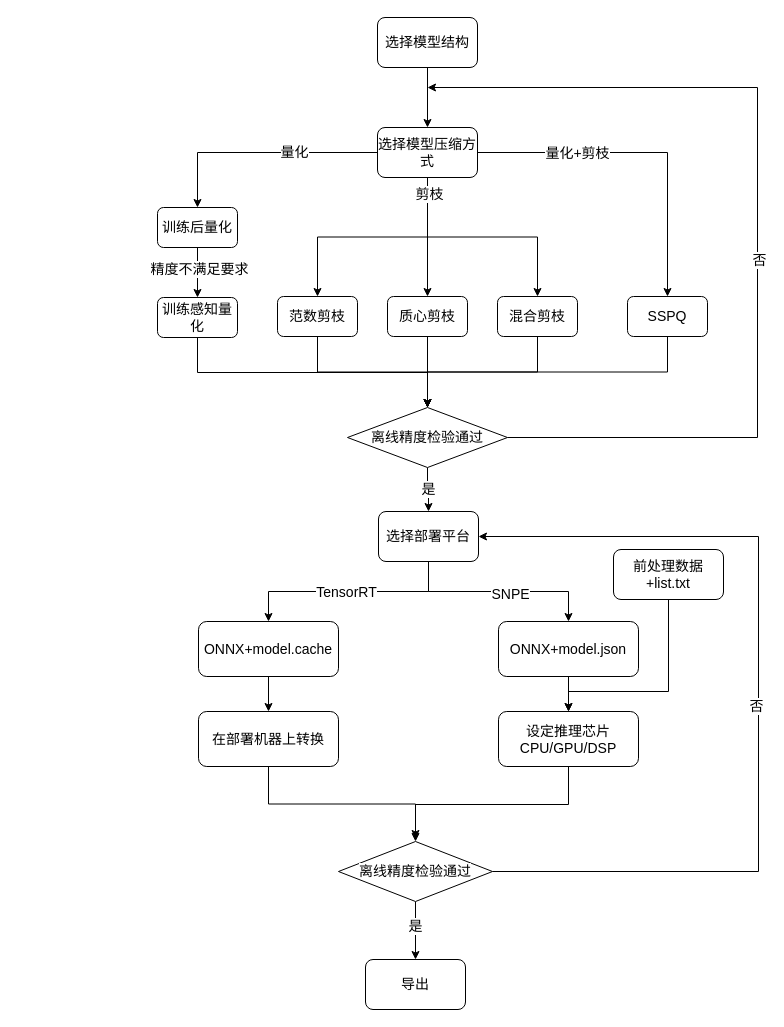
The draw.io diagram 工作流.drawio in JIANGBOFENG/MY_GIT_Repo, before the edit. Source tidied: cells renumbered, new cells numbered last; positions are measured from the earlier drawing's top-left corner, leaving out a move shared by most shapes. Both pictures are drawn from the tidied source at 100%, with x=0, y=0 at pixel (157, 17).
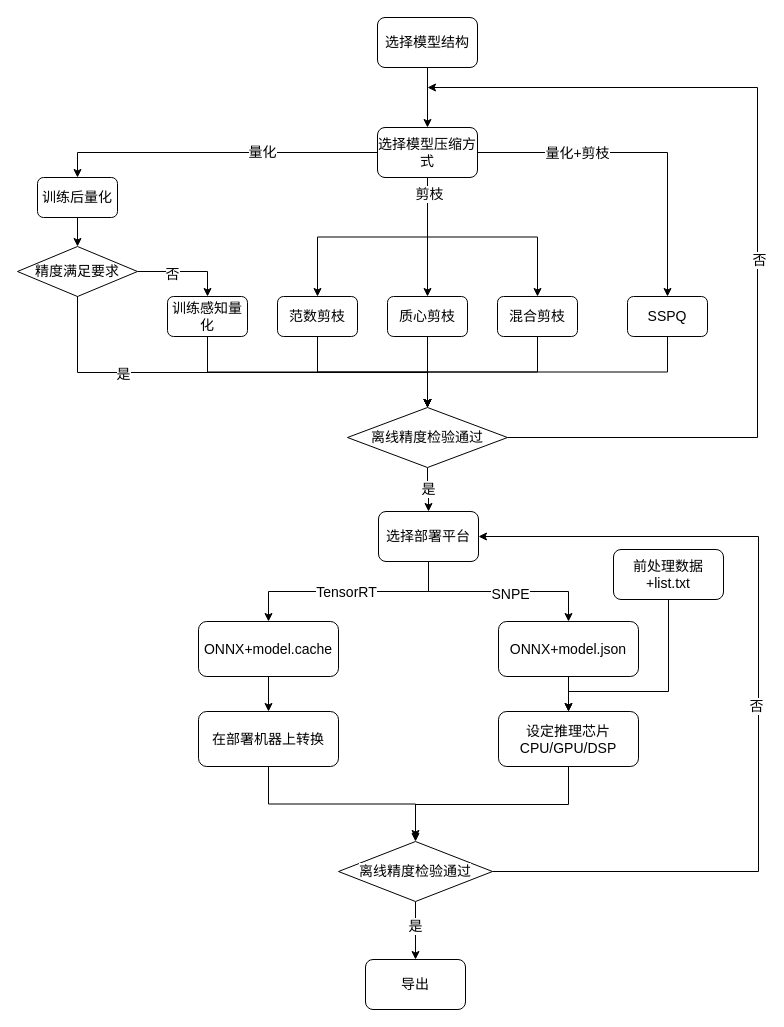
The same page after the edit.

Commit message (it also covers changes not shown here):
更新工作流.drawio

Unchanged cells that the change refers to:
```xml
<mxCell id="44" value="&lt;font style=&quot;font-size: 14px;&quot;&gt;&lt;span style=&quot;color: rgb(0, 0, 0); font-family: Helvetica; font-style: normal; font-variant-ligatures: normal; font-variant-caps: normal; font-weight: 400; letter-spacing: normal; orphans: 2; text-align: center; text-indent: 0px; text-transform: none; widows: 2; word-spacing: 0px; -webkit-text-stroke-width: 0px; background-color: rgb(255, 255, 255); text-decoration-thickness: initial; text-decoration-style: initial; text-decoration-color: initial; float: none; font-size: 14px; display: inline !important;&quot;&gt;离线精度检验通过&lt;/span&gt;&lt;br style=&quot;font-size: 14px;&quot;&gt;&lt;/font&gt;" style="rhombus;whiteSpace=wrap;html=1;fontSize=14;" parent="1" vertex="1">
  <mxGeometry x="190" y="390" width="160" height="60" as="geometry" />
</mxCell>
```

Diff of the diagram source:
```diff
@@
-    <mxCell id="10" style="edgeStyle=orthogonalEdgeStyle;rounded=0;jettySize=auto;html=1;fontSize=14;" parent="1" edge="1" source="12" target="14">
-      <mxGeometry relative="1" as="geometry" />
-    </mxCell>
-    <mxCell id="11" value="精度不满足要求" style="edgeLabel;html=1;align=center;verticalAlign=middle;fontSize=14;" parent="10" vertex="1">
-      <mxGeometry x="-0.18" y="1" relative="1" as="geometry" />
-    </mxCell>
+    <mxCell id="51" style="edgeStyle=orthogonalEdgeStyle;rounded=0;jettySize=auto;html=1;exitX=0.5;exitY=1;exitDx=0;exitDy=0;entryX=0.5;entryY=0;entryDx=0;entryDy=0;" parent="1" edge="1" source="12" target="56">
+      <mxGeometry relative="1" as="geometry" />
+    </mxCell>
     <mxCell id="12" value="训练后量化" style="rounded=1;whiteSpace=wrap;html=1;fontSize=14;" parent="1" vertex="1">
-      <mxGeometry y="190" width="80" height="40" as="geometry" />
+      <mxGeometry x="-120" y="160" width="80" height="40" as="geometry" />
     </mxCell>
@@
     <mxCell id="14" value="训练感知量化" style="rounded=1;whiteSpace=wrap;html=1;fontSize=14;" parent="1" vertex="1">
-      <mxGeometry y="280" width="80" height="40" as="geometry" />
+      <mxGeometry x="10" y="279" width="80" height="40" as="geometry" />
     </mxCell>
@@
+    <mxCell id="52" style="edgeStyle=orthogonalEdgeStyle;rounded=0;jettySize=auto;html=1;exitX=1;exitY=0.5;exitDx=0;exitDy=0;entryX=0.5;entryY=0;entryDx=0;entryDy=0;" parent="1" edge="1" source="56" target="14">
+      <mxGeometry relative="1" as="geometry" />
+    </mxCell>
+    <mxCell id="53" value="&lt;font style=&quot;font-size: 14px;&quot;&gt;否&lt;/font&gt;" style="edgeLabel;html=1;align=center;verticalAlign=middle;" parent="52" vertex="1">
+      <mxGeometry x="-0.28" y="-2" relative="1" as="geometry" />
+    </mxCell>
+    <mxCell id="54" style="edgeStyle=orthogonalEdgeStyle;rounded=0;jettySize=auto;html=1;exitX=0.5;exitY=1;exitDx=0;exitDy=0;entryX=0.5;entryY=0;entryDx=0;entryDy=0;entryPerimeter=0;" parent="1" edge="1" target="44">
+      <mxGeometry relative="1" as="geometry">
+        <mxPoint x="-80" y="274" as="sourcePoint" />
+        <Array as="points">
+          <mxPoint x="-80" y="355" />
+          <mxPoint x="270" y="355" />
+        </Array>
+      </mxGeometry>
+    </mxCell>
+    <mxCell id="55" value="&lt;font style=&quot;font-size: 14px;&quot;&gt;是&lt;/font&gt;" style="edgeLabel;html=1;align=center;verticalAlign=middle;" parent="54" vertex="1">
+      <mxGeometry x="-0.46" y="-1" relative="1" as="geometry" />
+    </mxCell>
+    <mxCell id="56" value="&lt;font style=&quot;font-size: 14px;&quot;&gt;精度满足要求&lt;/font&gt;" style="rhombus;whiteSpace=wrap;html=1;" parent="1" vertex="1">
+      <mxGeometry x="-140" y="229" width="120" height="50" as="geometry" />
+    </mxCell>
```
